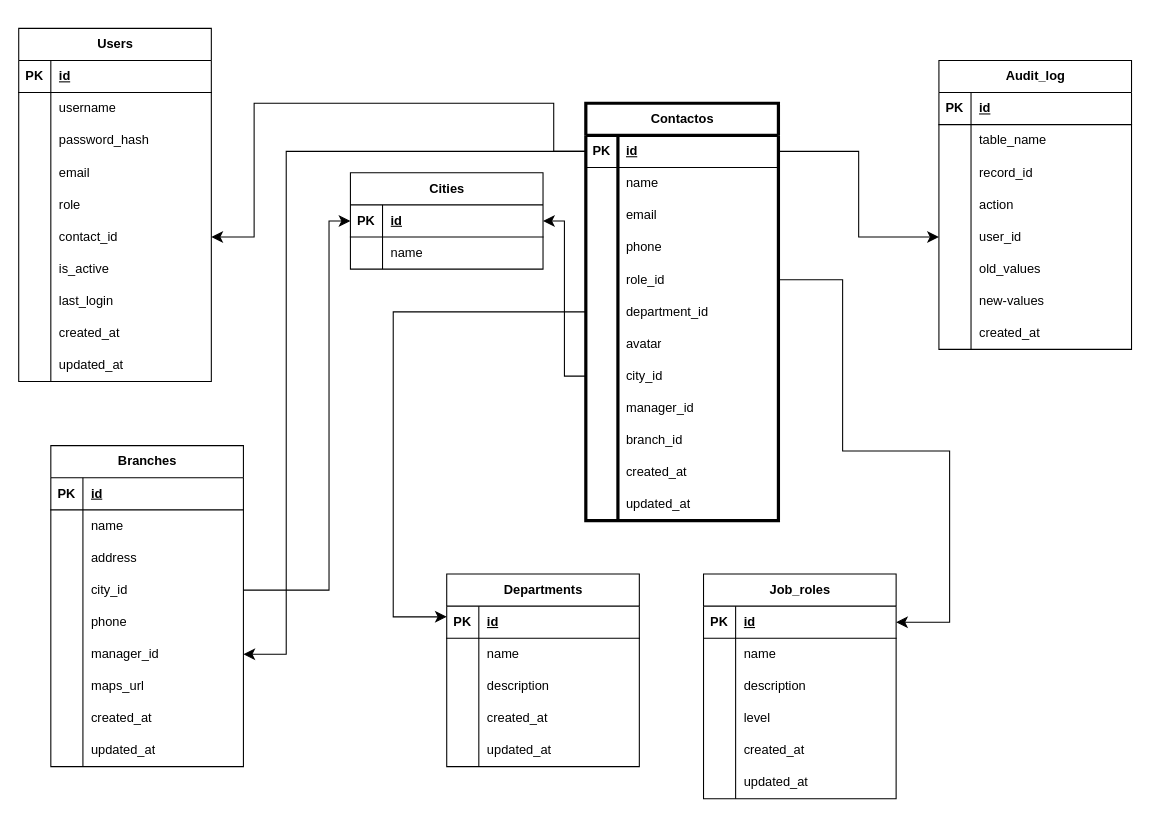
Above: Untitled Diagram.drawio in RodJustiniano/Work (draw.io), before the change. Source tidied: cells renumbered, new cells numbered last; positions are measured from the earlier drawing's top-left corner, leaving out a move shared by most shapes. Both pictures are drawn from the tidied source at 107%, with x=0, y=0 at pixel (18, 28).
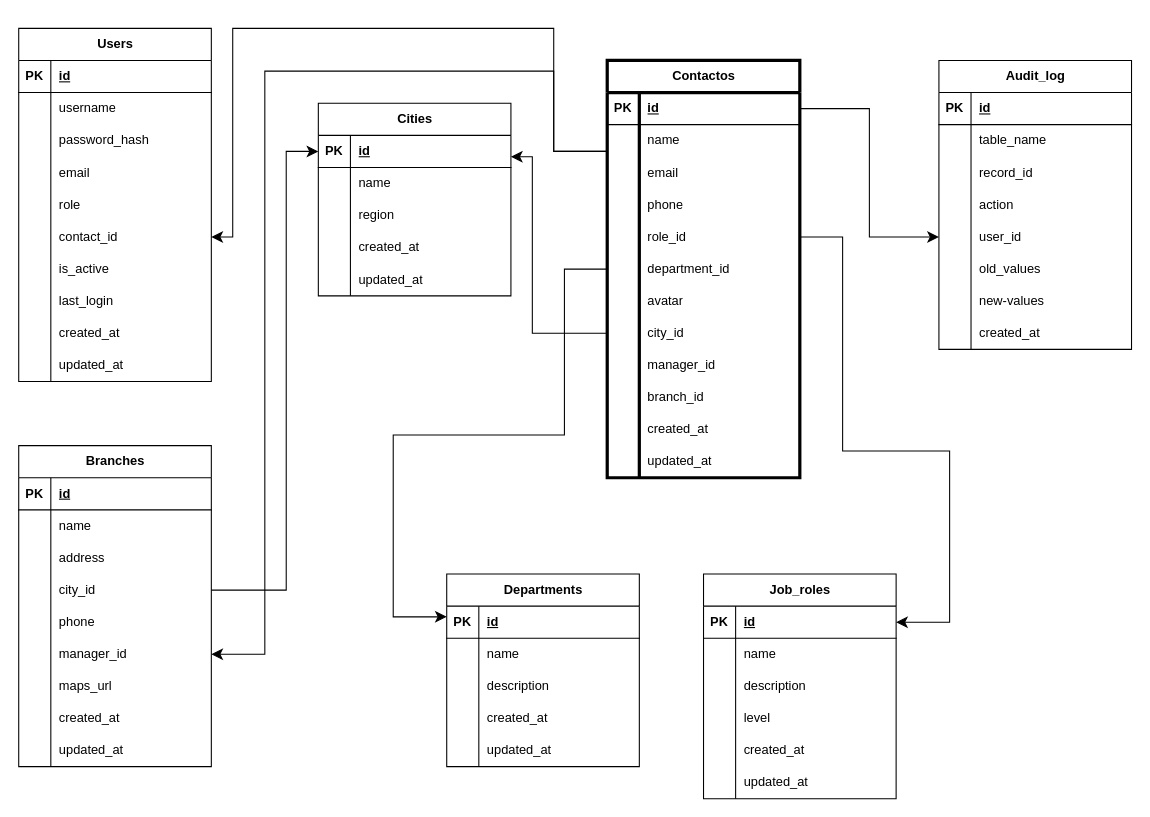
Above is the later version.

Unchanged cells that the change refers to:
```xml
<mxCell id="12" style="shape=tableRow;horizontal=0;startSize=0;swimlaneHead=0;swimlaneBody=0;fillColor=none;points=[[0,0.5],[1,0.5]];portConstraint=eastwest;top=0;left=0;right=0;bottom=0;" parent="2" vertex="1">
  <mxGeometry y="120" width="180" height="30" as="geometry" />
</mxCell>
<mxCell id="18" style="shape=tableRow;horizontal=0;startSize=0;swimlaneHead=0;swimlaneBody=0;fillColor=none;points=[[0,0.5],[1,0.5]];portConstraint=eastwest;top=0;left=0;right=0;bottom=0;" parent="2" vertex="1">
  <mxGeometry y="180" width="180" height="30" as="geometry" />
</mxCell>
<mxCell id="46" style="shape=tableRow;horizontal=0;startSize=0;swimlaneHead=0;swimlaneBody=0;fillColor=none;points=[[0,0.5],[1,0.5]];portConstraint=eastwest;top=0;left=0;right=0;bottom=0;" parent="30" vertex="1">
  <mxGeometry y="180" width="180" height="30" as="geometry" />
</mxCell>
<mxCell id="87" style="shape=tableRow;horizontal=0;startSize=0;swimlaneHead=0;swimlaneBody=0;fillColor=none;points=[[0,0.5],[1,0.5]];portConstraint=eastwest;top=0;left=0;right=0;bottom=1;" parent="86" vertex="1">
  <mxGeometry y="30" width="180" height="30" as="geometry" />
</mxCell>
<mxCell id="99" style="shape=tableRow;horizontal=0;startSize=0;swimlaneHead=0;swimlaneBody=0;fillColor=none;points=[[0,0.5],[1,0.5]];portConstraint=eastwest;top=0;left=0;right=0;bottom=0;" parent="86" vertex="1">
  <mxGeometry y="150" width="180" height="30" as="geometry" />
</mxCell>
<mxCell id="102" style="shape=tableRow;horizontal=0;startSize=0;swimlaneHead=0;swimlaneBody=0;fillColor=none;points=[[0,0.5],[1,0.5]];portConstraint=eastwest;top=0;left=0;right=0;bottom=0;" parent="86" vertex="1">
  <mxGeometry y="180" width="180" height="30" as="geometry" />
</mxCell>
<mxCell id="108" style="shape=tableRow;horizontal=0;startSize=0;swimlaneHead=0;swimlaneBody=0;fillColor=none;points=[[0,0.5],[1,0.5]];portConstraint=eastwest;top=0;left=0;right=0;bottom=0;" parent="86" vertex="1">
  <mxGeometry y="240" width="180" height="30" as="geometry" />
</mxCell>
<mxCell id="124" style="shape=tableRow;horizontal=0;startSize=0;swimlaneHead=0;swimlaneBody=0;fillColor=none;points=[[0,0.5],[1,0.5]];portConstraint=eastwest;top=0;left=0;right=0;bottom=1;" parent="123" vertex="1">
  <mxGeometry y="30" width="180" height="30" as="geometry" />
</mxCell>
<mxCell id="140" style="shape=tableRow;horizontal=0;startSize=0;swimlaneHead=0;swimlaneBody=0;fillColor=none;points=[[0,0.5],[1,0.5]];portConstraint=eastwest;top=0;left=0;right=0;bottom=1;" parent="139" vertex="1">
  <mxGeometry y="30" width="180" height="30" as="geometry" />
</mxCell>
<mxCell id="164" style="shape=tableRow;horizontal=0;startSize=0;swimlaneHead=0;swimlaneBody=0;fillColor=none;points=[[0,0.5],[1,0.5]];portConstraint=eastwest;top=0;left=0;right=0;bottom=1;" parent="163" vertex="1">
  <mxGeometry y="30" width="180" height="30" as="geometry" />
</mxCell>
```

The edit, as a diff of the source:
```diff
@@
     <mxCell id="2" value="Branches" style="shape=table;startSize=30;childLayout=tableLayout;rowLines=0;fontStyle=1;align=center;html=1;" parent="1" vertex="1">
-      <mxGeometry x="30" y="390" width="180" height="300" as="geometry" />
+      <mxGeometry y="390" width="180" height="300" as="geometry" />
     </mxCell>
@@
     <mxCell id="86" value="Contactos" style="shape=table;startSize=30;childLayout=tableLayout;rowLines=0;fontStyle=1;align=center;html=1;strokeWidth=3;" parent="1" vertex="1">
-      <mxGeometry x="530" y="70" width="180" height="390" as="geometry" />
+      <mxGeometry x="550" y="30" width="180" height="390" as="geometry" />
     </mxCell>
@@
-    <mxCell id="159" style="edgeStyle=orthogonalEdgeStyle;rounded=0;jettySize=auto;html=1;entryX=1;entryY=0.5;entryDx=0;entryDy=0;fontSize=12;startSize=8;endSize=8;" parent="1" edge="1" source="99" target="140">
+    <mxCell id="159" style="edgeStyle=orthogonalEdgeStyle;rounded=0;jettySize=auto;html=1;entryX=1;entryY=0.5;entryDx=0;entryDy=0;fontSize=12;startSize=8;endSize=8;exitX=1;exitY=0.5;exitDx=0;exitDy=0;" parent="1" edge="1" source="99" target="140">
       <mxGeometry relative="1" as="geometry">
         <Array as="points">
-          <mxPoint x="770" y="235" />
+          <mxPoint x="770" y="195" />
           <mxPoint x="770" y="395" />
           <mxPoint x="870" y="395" />
           <mxPoint x="870" y="555" />
         </Array>
       </mxGeometry>
     </mxCell>
     <mxCell id="160" style="edgeStyle=orthogonalEdgeStyle;rounded=0;jettySize=auto;html=1;fontSize=12;startSize=8;endSize=8;" parent="1" edge="1" source="102" target="124">
       <mxGeometry relative="1" as="geometry">
         <Array as="points">
-          <mxPoint x="350" y="265" />
+          <mxPoint x="510" y="225" />
+          <mxPoint x="510" y="380" />
+          <mxPoint x="350" y="380" />
           <mxPoint x="350" y="550" />
         </Array>
       </mxGeometry>
     </mxCell>
     <mxCell id="161" style="edgeStyle=orthogonalEdgeStyle;rounded=0;jettySize=auto;html=1;fontSize=12;startSize=8;endSize=8;" parent="1" edge="1" source="108" target="164">
       <mxGeometry relative="1" as="geometry">
         <Array as="points">
-          <mxPoint x="510" y="325" />
-          <mxPoint x="510" y="180" />
+          <mxPoint x="480" y="285" />
+          <mxPoint x="480" y="120" />
         </Array>
       </mxGeometry>
     </mxCell>
     <mxCell id="162" style="edgeStyle=orthogonalEdgeStyle;rounded=0;jettySize=auto;html=1;exitX=1;exitY=0.5;exitDx=0;exitDy=0;fontSize=12;startSize=8;endSize=8;" parent="1" edge="1" source="12" target="164">
       <mxGeometry relative="1" as="geometry">
         <Array as="points">
-          <mxPoint x="290" y="525" />
-          <mxPoint x="290" y="180" />
+          <mxPoint x="250" y="525" />
+          <mxPoint x="250" y="115" />
         </Array>
       </mxGeometry>
     </mxCell>
     <mxCell id="163" value="Cities" style="shape=table;startSize=30;childLayout=tableLayout;rowLines=0;fontStyle=1;align=center;html=1;" parent="1" vertex="1">
-      <mxGeometry x="310" y="135" width="180" height="90" as="geometry" />
+      <mxGeometry x="280" y="70" width="180" height="180" as="geometry" />
     </mxCell>
@@
+    <mxCell id="172" style="shape=tableRow;horizontal=0;startSize=0;swimlaneHead=0;swimlaneBody=0;fillColor=none;top=0;left=0;right=0;bottom=0;" parent="163" vertex="1">
+      <mxGeometry y="90" width="180" height="30" as="geometry" />
+    </mxCell>
+    <mxCell id="173" style="shape=partialRectangle;fillColor=none;top=0;left=0;bottom=0;right=0;overflow=hidden;whiteSpace=wrap;html=1;" parent="172" vertex="1">
+      <mxGeometry width="30" height="30" as="geometry" />
+    </mxCell>
+    <mxCell id="174" value="region" style="shape=partialRectangle;fillColor=none;top=0;left=0;bottom=0;right=0;align=left;spacingLeft=6;overflow=hidden;whiteSpace=wrap;html=1;" parent="172" vertex="1">
+      <mxGeometry x="30" width="150" height="30" as="geometry" />
+    </mxCell>
+    <mxCell id="175" style="shape=tableRow;horizontal=0;startSize=0;swimlaneHead=0;swimlaneBody=0;fillColor=none;top=0;left=0;right=0;bottom=0;" parent="163" vertex="1">
+      <mxGeometry y="120" width="180" height="30" as="geometry" />
+    </mxCell>
+    <mxCell id="176" style="shape=partialRectangle;fillColor=none;top=0;left=0;bottom=0;right=0;overflow=hidden;whiteSpace=wrap;html=1;" parent="175" vertex="1">
+      <mxGeometry width="30" height="30" as="geometry" />
+    </mxCell>
+    <mxCell id="177" value="created_at" style="shape=partialRectangle;fillColor=none;top=0;left=0;bottom=0;right=0;align=left;spacingLeft=6;overflow=hidden;whiteSpace=wrap;html=1;" parent="175" vertex="1">
+      <mxGeometry x="30" width="150" height="30" as="geometry" />
+    </mxCell>
+    <mxCell id="178" style="shape=tableRow;horizontal=0;startSize=0;swimlaneHead=0;swimlaneBody=0;fillColor=none;top=0;left=0;right=0;bottom=0;" parent="163" vertex="1">
+      <mxGeometry y="150" width="180" height="30" as="geometry" />
+    </mxCell>
+    <mxCell id="179" style="shape=partialRectangle;fillColor=none;top=0;left=0;bottom=0;right=0;overflow=hidden;whiteSpace=wrap;html=1;" parent="178" vertex="1">
+      <mxGeometry width="30" height="30" as="geometry" />
+    </mxCell>
+    <mxCell id="180" value="updated_at" style="shape=partialRectangle;fillColor=none;top=0;left=0;bottom=0;right=0;align=left;spacingLeft=6;overflow=hidden;whiteSpace=wrap;html=1;" parent="178" vertex="1">
+      <mxGeometry x="30" width="150" height="30" as="geometry" />
+    </mxCell>
     <mxCell id="170" style="edgeStyle=orthogonalEdgeStyle;rounded=0;jettySize=auto;html=1;exitX=0;exitY=0.5;exitDx=0;exitDy=0;fontSize=12;startSize=8;endSize=8;entryX=1;entryY=0.5;entryDx=0;entryDy=0;" parent="1" edge="1" source="87" target="18">
       <mxGeometry relative="1" as="geometry">
         <Array as="points">
-          <mxPoint x="250" y="115" />
-          <mxPoint x="250" y="585" />
+          <mxPoint x="500" y="115" />
+          <mxPoint x="500" y="40" />
+          <mxPoint x="230" y="40" />
+          <mxPoint x="230" y="585" />
         </Array>
       </mxGeometry>
     </mxCell>
     <mxCell id="171" style="edgeStyle=orthogonalEdgeStyle;rounded=0;jettySize=auto;html=1;exitX=0;exitY=0.5;exitDx=0;exitDy=0;entryX=1;entryY=0.5;entryDx=0;entryDy=0;fontSize=12;startSize=8;endSize=8;" parent="1" edge="1" source="87" target="46">
       <mxGeometry relative="1" as="geometry">
         <Array as="points">
           <mxPoint x="500" y="115" />
-          <mxPoint x="500" y="70" />
-          <mxPoint x="220" y="70" />
-          <mxPoint x="220" y="195" />
+          <mxPoint x="500" />
+          <mxPoint x="200" />
+          <mxPoint x="200" y="195" />
         </Array>
       </mxGeometry>
     </mxCell>
```
